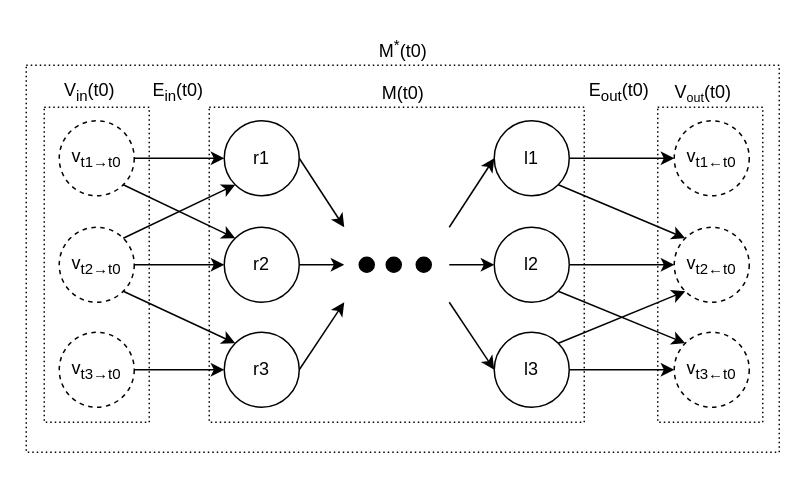
Earlier version of the draw.io diagram docs/sepia-visualTheory.drawio (josura/c2c-sepia). Source tidied: cells renumbered, new cells numbered last; positions are measured from the earlier drawing's top-left corner, leaving out a move shared by most shapes. Both pictures are drawn from the tidied source at 150%, with x=0, y=0 at pixel (26, 26).
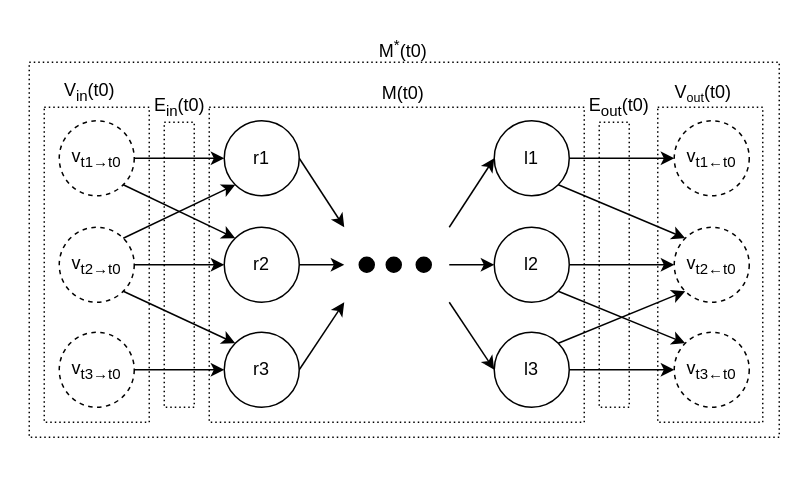
Above is the later version.

The edit, as a diff of the source:
```diff
@@
     <mxCell id="2" style="rounded=0;whiteSpace=wrap;html=1;fillColor=none;dashed=1;dashPattern=1 2;" parent="1" vertex="1">
-      <mxGeometry y="26" width="502" height="258" as="geometry" />
+      <mxGeometry x="2" y="24" width="500" height="250" as="geometry" />
     </mxCell>
@@
     <mxCell id="42" value="E&lt;sub&gt;in&lt;/sub&gt;(t0)" style="text;html=1;align=center;verticalAlign=middle;strokeColor=none;fillColor=none;" parent="1" vertex="1">
-      <mxGeometry x="71" y="29" width="60" height="30" as="geometry" />
+      <mxGeometry x="72" y="39" width="60" height="30" as="geometry" />
     </mxCell>
     <mxCell id="43" value="E&lt;sub&gt;out&lt;/sub&gt;(t0)" style="text;html=1;align=center;verticalAlign=middle;strokeColor=none;fillColor=none;" parent="1" vertex="1">
-      <mxGeometry x="365" y="29" width="60" height="30" as="geometry" />
+      <mxGeometry x="365" y="39" width="60" height="30" as="geometry" />
     </mxCell>
@@
+    <mxCell id="45" style="rounded=0;whiteSpace=wrap;html=1;fillColor=none;dashed=1;dashPattern=1 2;" parent="1" vertex="1">
+      <mxGeometry x="92" y="64" width="20" height="190" as="geometry" />
+    </mxCell>
+    <mxCell id="46" style="rounded=0;whiteSpace=wrap;html=1;fillColor=none;dashed=1;dashPattern=1 2;" parent="1" vertex="1">
+      <mxGeometry x="382" y="64" width="20" height="190" as="geometry" />
+    </mxCell>
```
